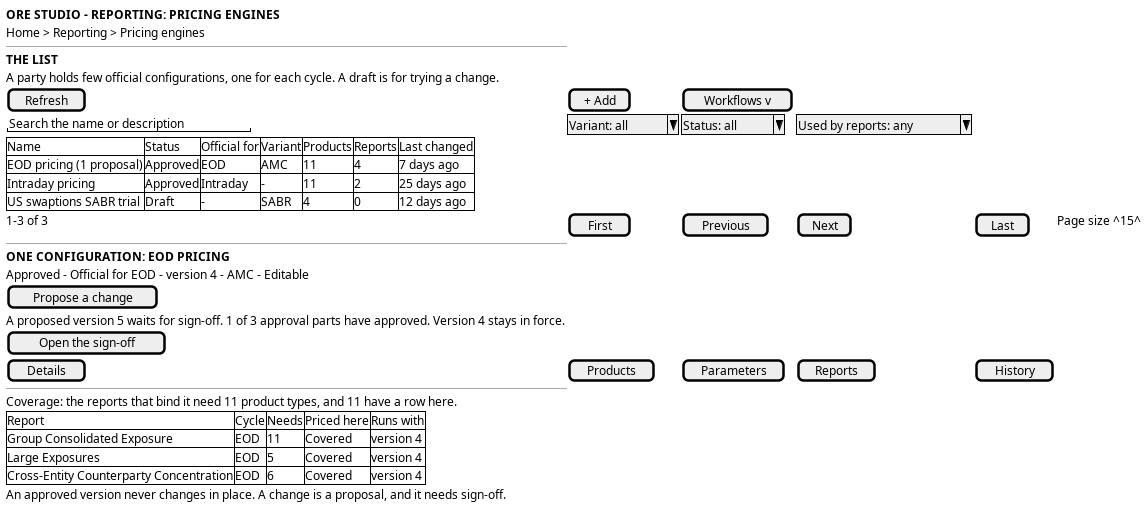
Earlier version of the PlantUML export doc/knowledge/journeys/reporting/wireframe_see_the_pricing_engines_a_party_holds.png (OreStudio/OreStudio). Its source is kept beside it as doc/knowledge/journeys/reporting/wireframe_see_the_pricing_engines_a_party_holds.puml.
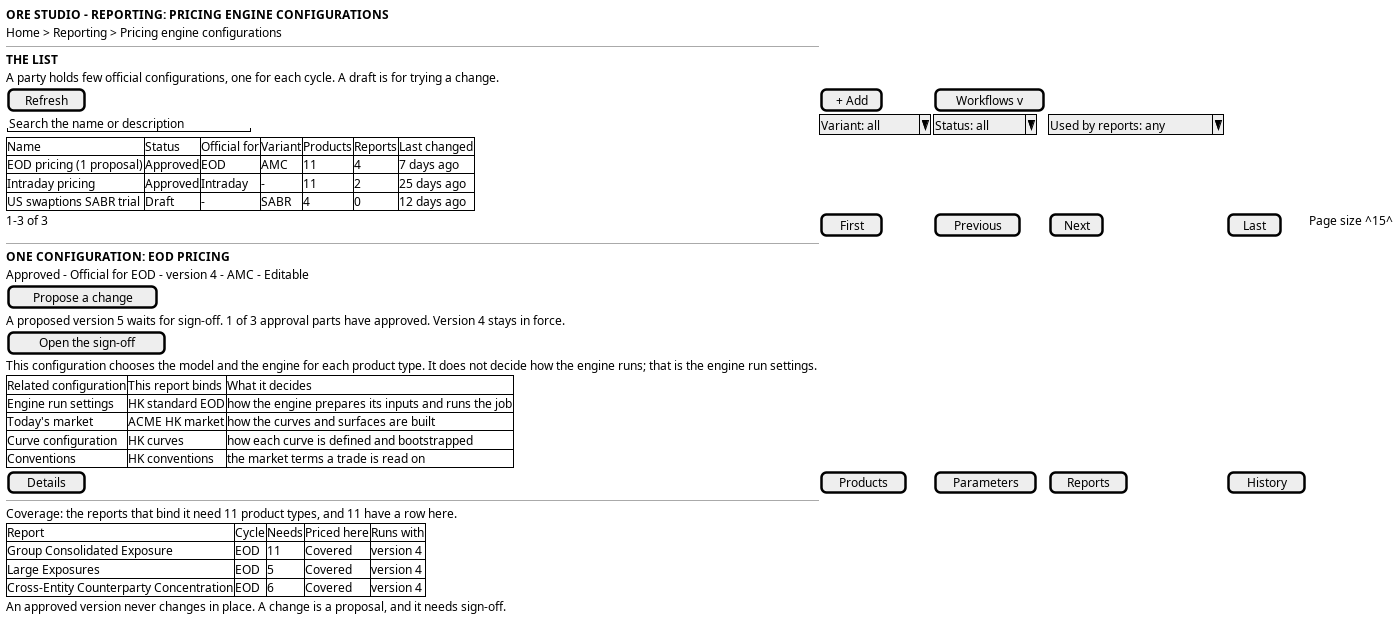
Above is the later version.

What changed in the source:
```diff
@@ -2,8 +2,8 @@
 
 salt
 {
-  <b>ORE STUDIO - REPORTING: PRICING ENGINES</b>
-  Home > Reporting > Pricing engines
+  <b>ORE STUDIO - REPORTING: PRICING ENGINE CONFIGURATIONS</b>
+  Home > Reporting > Pricing engine configurations
   --
   <b>THE LIST</b>
   A party holds few official configurations, one for each cycle. A draft is for trying a change.
@@ -22,6 +22,14 @@
   [ Propose a change ]
   A proposed version 5 waits for sign-off. 1 of 3 approval parts have approved. Version 4 stays in force.
   [ Open the sign-off ]
+  This configuration chooses the model and the engine for each product type. It does not decide how the engine runs; that is the engine run settings.
+  {#
+    Related configuration | This report binds | What it decides
+    Engine run settings | HK standard EOD | how the engine prepares its inputs and runs the job
+    Today's market | ACME HK market | how the curves and surfaces are built
+    Curve configuration | HK curves | how each curve is defined and bootstrapped
+    Conventions | HK conventions | the market terms a trade is read on
+  }
   [ Details ] | [ Products ] | [ Parameters ] | [ Reports ] | [ History ]
   --
   Coverage: the reports that bind it need 11 product types, and 11 have a row here.
```
